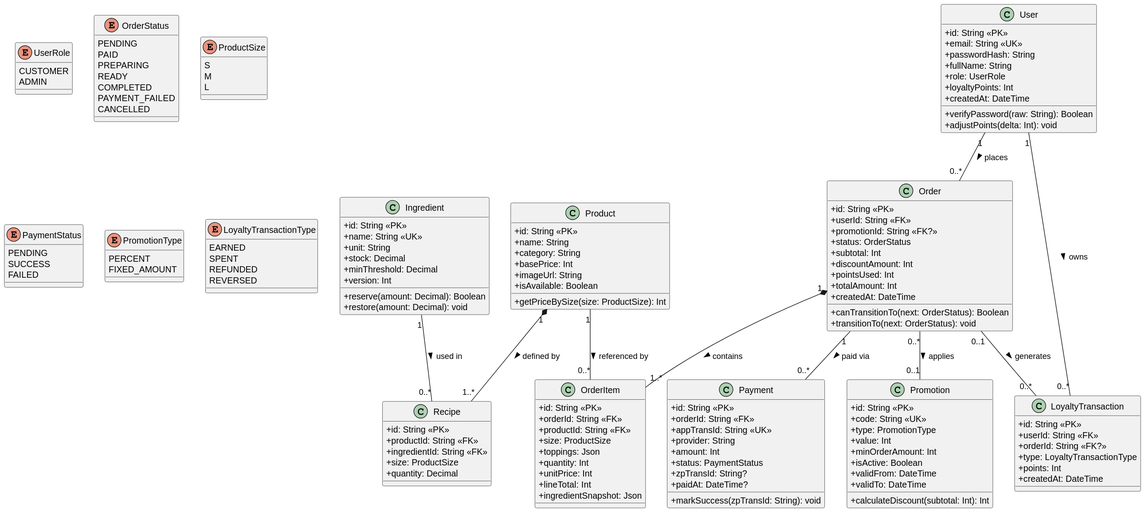
This is docs/diagrams/class-domain.svg from Call-MeK/BrewLite_assignment_2, a PlantUML export, as it was before one commit. Its diagram source:
```plantuml
@startuml
skinparam classAttributeIconSize 0

enum UserRole {
  CUSTOMER
  ADMIN
}

enum OrderStatus {
  PENDING
  PAID
  PREPARING
  READY
  COMPLETED
  PAYMENT_FAILED
  CANCELLED
}

enum ProductSize {
  S
  M
  L
}

enum PaymentStatus {
  PENDING
  SUCCESS
  FAILED
}

enum PromotionType {
  PERCENT
  FIXED_AMOUNT
}

enum LoyaltyTransactionType {
  EARNED
  SPENT
  REFUNDED
  REVERSED
}

class User {
  +id: String <<PK>>
  +email: String <<UK>>
  +passwordHash: String
  +fullName: String
  +role: UserRole
  +loyaltyPoints: Int
  +createdAt: DateTime
  +verifyPassword(raw: String): Boolean
  +adjustPoints(delta: Int): void
}

class Product {
  +id: String <<PK>>
  +name: String
  +category: String
  +basePrice: Int
  +imageUrl: String
  +isAvailable: Boolean
  +getPriceBySize(size: ProductSize): Int
}

class Ingredient {
  +id: String <<PK>>
  +name: String <<UK>>
  +unit: String
  +stock: Decimal
  +minThreshold: Decimal
  +version: Int
  +reserve(amount: Decimal): Boolean
  +restore(amount: Decimal): void
}

class Recipe {
  +id: String <<PK>>
  +productId: String <<FK>>
  +ingredientId: String <<FK>>
  +size: ProductSize
  +quantity: Decimal
}

class Order {
  +id: String <<PK>>
  +userId: String <<FK>>
  +promotionId: String <<FK?>>
  +status: OrderStatus
  +subtotal: Int
  +discountAmount: Int
  +pointsUsed: Int
  +totalAmount: Int
  +createdAt: DateTime
  +canTransitionTo(next: OrderStatus): Boolean
  +transitionTo(next: OrderStatus): void
}

class OrderItem {
  +id: String <<PK>>
  +orderId: String <<FK>>
  +productId: String <<FK>>
  +size: ProductSize
  +toppings: Json
  +quantity: Int
  +unitPrice: Int
  +lineTotal: Int
  +ingredientSnapshot: Json
}

class Payment {
  +id: String <<PK>>
  +orderId: String <<FK>>
  +appTransId: String <<UK>>
  +provider: String
  +amount: Int
  +status: PaymentStatus
  +zpTransId: String?
  +paidAt: DateTime?
  +markSuccess(zpTransId: String): void
}

class Promotion {
  +id: String <<PK>>
  +code: String <<UK>>
  +type: PromotionType
  +value: Int
  +minOrderAmount: Int
  +isActive: Boolean
  +validFrom: DateTime
  +validTo: DateTime
  +calculateDiscount(subtotal: Int): Int
}

class LoyaltyTransaction {
  +id: String <<PK>>
  +userId: String <<FK>>
  +orderId: String <<FK?>>
  +type: LoyaltyTransactionType
  +points: Int
  +createdAt: DateTime
}

User "1" -- "0..*" Order : places >
User "1" -- "0..*" LoyaltyTransaction : owns >
Order "1" *-- "1..*" OrderItem : contains >
Order "1" -- "0..*" Payment : paid via >
Order "0..*" -- "0..1" Promotion : applies >
Order "0..1" -- "0..*" LoyaltyTransaction : generates >
Product "1" -- "0..*" OrderItem : referenced by >
Product "1" *-- "1..*" Recipe : defined by >
Ingredient "1" -- "0..*" Recipe : used in >
@enduml
```
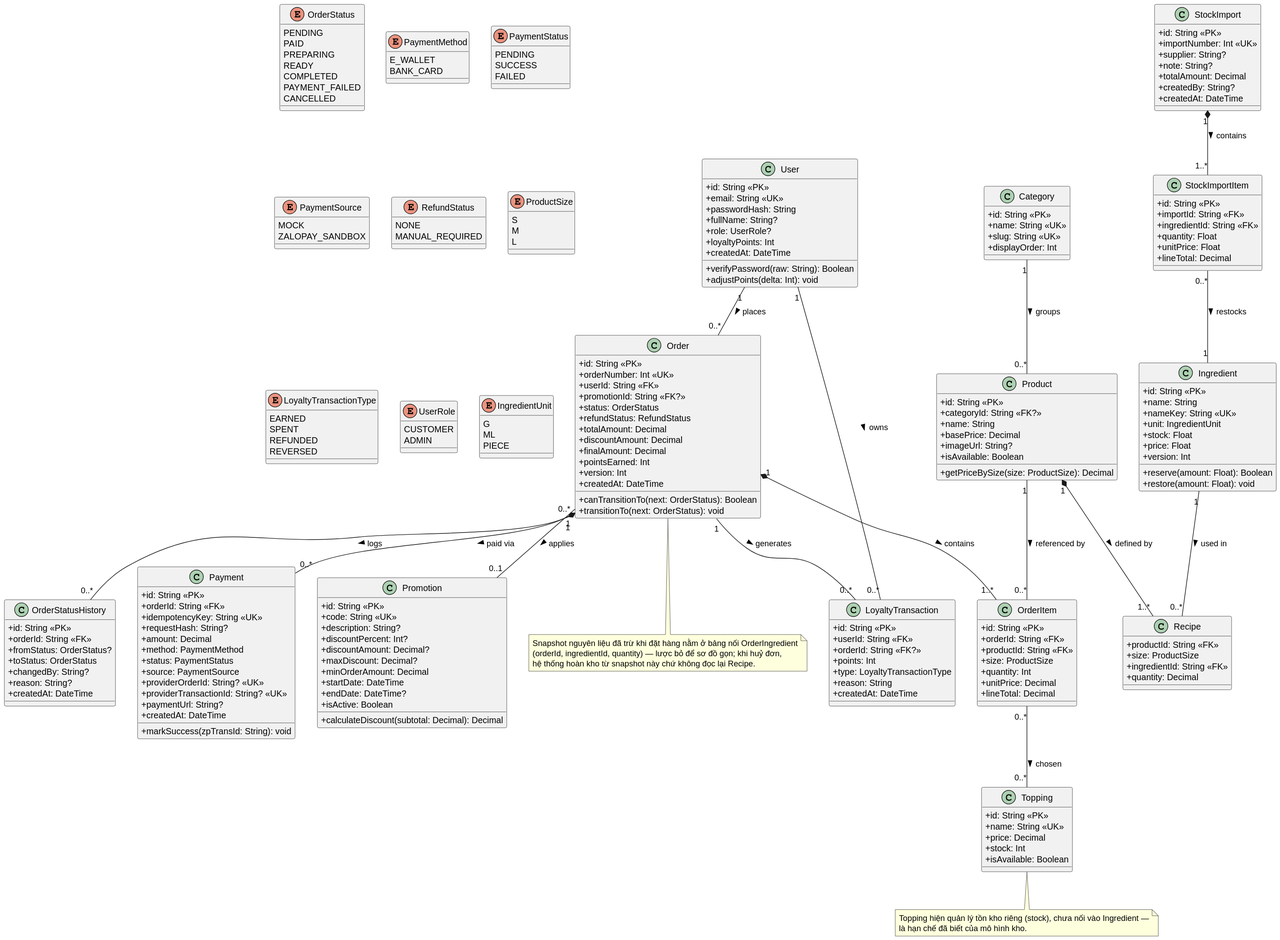
After the change.

What changed in the source:
```diff
@@ -1,10 +1,5 @@
 @startuml
 skinparam classAttributeIconSize 0
-
-enum UserRole {
-  CUSTOMER
-  ADMIN
-}
 
 enum OrderStatus {
   PENDING
@@ -16,10 +11,9 @@
   CANCELLED
 }
 
-enum ProductSize {
-  S
-  M
-  L
+enum PaymentMethod {
+  E_WALLET
+  BANK_CARD
 }
 
 enum PaymentStatus {
@@ -28,9 +22,20 @@
   FAILED
 }
 
-enum PromotionType {
-  PERCENT
-  FIXED_AMOUNT
+enum PaymentSource {
+  MOCK
+  ZALOPAY_SANDBOX
+}
+
+enum RefundStatus {
+  NONE
+  MANUAL_REQUIRED
+}
+
+enum ProductSize {
+  S
+  M
+  L
 }
 
 enum LoyaltyTransactionType {
@@ -40,56 +45,99 @@
   REVERSED
 }
 
+enum UserRole {
+  CUSTOMER
+  ADMIN
+}
+
+enum IngredientUnit {
+  G
+  ML
+  PIECE
+}
+
 class User {
   +id: String <<PK>>
   +email: String <<UK>>
   +passwordHash: String
-  +fullName: String
-  +role: UserRole
+  +fullName: String?
+  +role: UserRole?
   +loyaltyPoints: Int
   +createdAt: DateTime
   +verifyPassword(raw: String): Boolean
   +adjustPoints(delta: Int): void
 }
 
+class Category {
+  +id: String <<PK>>
+  +name: String <<UK>>
+  +slug: String <<UK>>
+  +displayOrder: Int
+}
+
 class Product {
   +id: String <<PK>>
+  +categoryId: String <<FK?>>
   +name: String
-  +category: String
-  +basePrice: Int
-  +imageUrl: String
+  +basePrice: Decimal
+  +imageUrl: String?
   +isAvailable: Boolean
-  +getPriceBySize(size: ProductSize): Int
+  +getPriceBySize(size: ProductSize): Decimal
+}
+
+class Recipe {
+  +productId: String <<FK>>
+  +size: ProductSize
+  +ingredientId: String <<FK>>
+  +quantity: Decimal
 }
 
 class Ingredient {
   +id: String <<PK>>
-  +name: String <<UK>>
-  +unit: String
-  +stock: Decimal
-  +minThreshold: Decimal
+  +name: String
+  +nameKey: String <<UK>>
+  +unit: IngredientUnit
+  +stock: Float
+  +price: Float
   +version: Int
-  +reserve(amount: Decimal): Boolean
-  +restore(amount: Decimal): void
+  +reserve(amount: Float): Boolean
+  +restore(amount: Float): void
 }
 
-class Recipe {
+class Topping {
   +id: String <<PK>>
-  +productId: String <<FK>>
-  +ingredientId: String <<FK>>
-  +size: ProductSize
-  +quantity: Decimal
+  +name: String <<UK>>
+  +price: Decimal
+  +stock: Int
+  +isAvailable: Boolean
+}
+
+class Promotion {
+  +id: String <<PK>>
+  +code: String <<UK>>
+  +description: String?
+  +discountPercent: Int?
+  +discountAmount: Decimal?
+  +maxDiscount: Decimal?
+  +minOrderAmount: Decimal
+  +startDate: DateTime
+  +endDate: DateTime?
+  +isActive: Boolean
+  +calculateDiscount(subtotal: Decimal): Decimal
 }
 
 class Order {
   +id: String <<PK>>
+  +orderNumber: Int <<UK>>
   +userId: String <<FK>>
   +promotionId: String <<FK?>>
   +status: OrderStatus
-  +subtotal: Int
-  +discountAmount: Int
-  +pointsUsed: Int
-  +totalAmount: Int
+  +refundStatus: RefundStatus
+  +totalAmount: Decimal
+  +discountAmount: Decimal
+  +finalAmount: Decimal
+  +pointsEarned: Int
+  +version: Int
   +createdAt: DateTime
   +canTransitionTo(next: OrderStatus): Boolean
   +transitionTo(next: OrderStatus): void
@@ -100,53 +148,89 @@
   +orderId: String <<FK>>
   +productId: String <<FK>>
   +size: ProductSize
-  +toppings: Json
   +quantity: Int
-  +unitPrice: Int
-  +lineTotal: Int
-  +ingredientSnapshot: Json
+  +unitPrice: Decimal
+  +lineTotal: Decimal
+}
+
+class OrderStatusHistory {
+  +id: String <<PK>>
+  +orderId: String <<FK>>
+  +fromStatus: OrderStatus?
+  +toStatus: OrderStatus
+  +changedBy: String?
+  +reason: String?
+  +createdAt: DateTime
 }
 
 class Payment {
   +id: String <<PK>>
   +orderId: String <<FK>>
-  +appTransId: String <<UK>>
-  +provider: String
-  +amount: Int
+  +idempotencyKey: String <<UK>>
+  +requestHash: String?
+  +amount: Decimal
+  +method: PaymentMethod
   +status: PaymentStatus
-  +zpTransId: String?
-  +paidAt: DateTime?
+  +source: PaymentSource
+  +providerOrderId: String? <<UK>>
+  +providerTransactionId: String? <<UK>>
+  +paymentUrl: String?
+  +createdAt: DateTime
   +markSuccess(zpTransId: String): void
-}
-
-class Promotion {
-  +id: String <<PK>>
-  +code: String <<UK>>
-  +type: PromotionType
-  +value: Int
-  +minOrderAmount: Int
-  +isActive: Boolean
-  +validFrom: DateTime
-  +validTo: DateTime
-  +calculateDiscount(subtotal: Int): Int
 }
 
 class LoyaltyTransaction {
   +id: String <<PK>>
   +userId: String <<FK>>
   +orderId: String <<FK?>>
+  +points: Int
   +type: LoyaltyTransactionType
-  +points: Int
+  +reason: String
   +createdAt: DateTime
+}
+
+class StockImport {
+  +id: String <<PK>>
+  +importNumber: Int <<UK>>
+  +supplier: String?
+  +note: String?
+  +totalAmount: Decimal
+  +createdBy: String?
+  +createdAt: DateTime
+}
+
+class StockImportItem {
+  +id: String <<PK>>
+  +importId: String <<FK>>
+  +ingredientId: String <<FK>>
+  +quantity: Float
+  +unitPrice: Float
+  +lineTotal: Decimal
 }
 
 User "1" -- "0..*" Order : places >
 User "1" -- "0..*" LoyaltyTransaction : owns >
+Category "1" -- "0..*" Product : groups >
+Product "1" *-- "1..*" Recipe : defined by >
+Ingredient "1" -- "0..*" Recipe : used in >
+Product "1" -- "0..*" OrderItem : referenced by >
 Order "1" *-- "1..*" OrderItem : contains >
 Order "1" -- "0..*" Payment : paid via >
 Order "0..*" -- "0..1" Promotion : applies >
-Order "0..1" -- "0..*" LoyaltyTransaction : generates >
-Product "1" -- "0..*" OrderItem : referenced by >
-Product "1" *-- "1..*" Recipe : defined by >
-Ingredient "1" -- "0..*" Recipe : used in >
+Order "1" -- "0..*" LoyaltyTransaction : generates >
+Order "1" *-- "0..*" OrderStatusHistory : logs >
+OrderItem "0..*" -- "0..*" Topping : chosen >
+StockImport "1" *-- "1..*" StockImportItem : contains >
+StockImportItem "0..*" -- "1" Ingredient : restocks >
+
+note bottom of Order
+  Snapshot nguyên liệu đã trừ khi đặt hàng nằm ở bảng nối OrderIngredient
+  (orderId, ingredientId, quantity) — lược bỏ để sơ đồ gọn; khi huỷ đơn,
+  hệ thống hoàn kho từ snapshot này chứ không đọc lại Recipe.
+end note
+
+note bottom of Topping
+  Topping hiện quản lý tồn kho riêng (stock), chưa nối vào Ingredient —
+  là hạn chế đã biết của mô hình kho.
+end note
 @enduml
```
